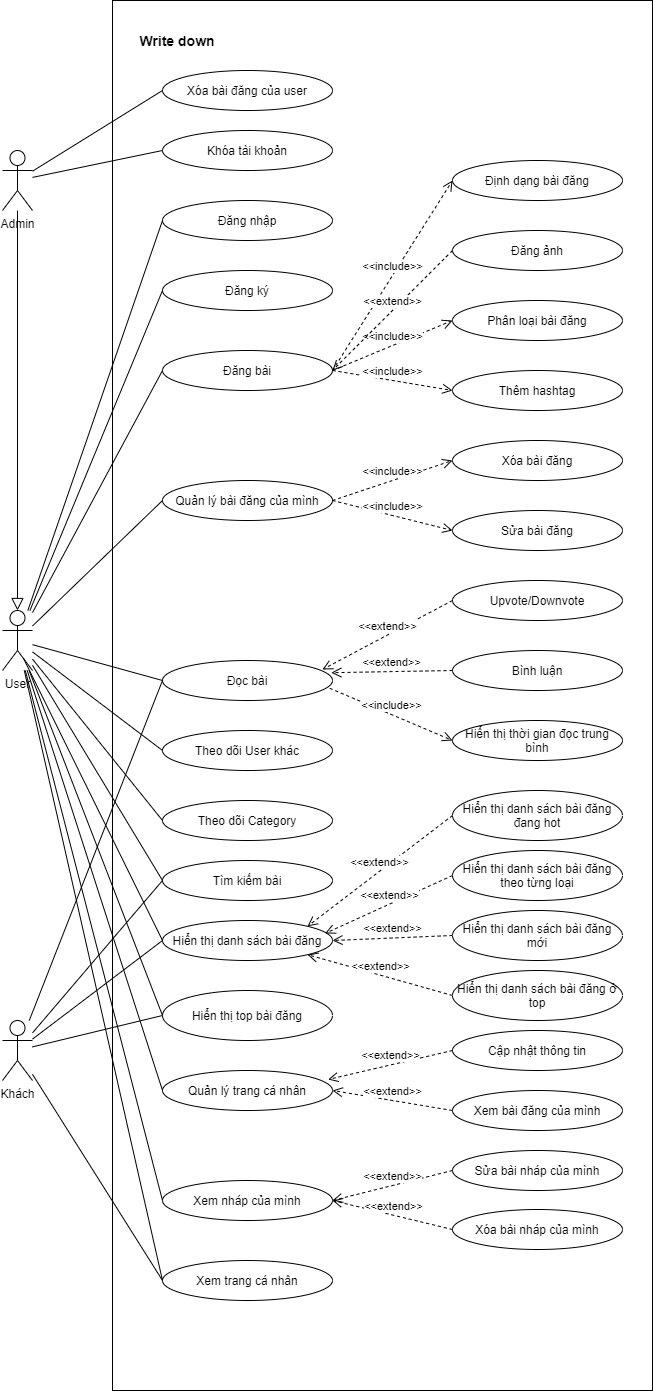
nghialuffy/write_down_project keeps this draw.io diagram as use_case/write_down.png. Above is the earlier version. Source tidied: cells renumbered, new cells last; positions are measured from the earlier drawing's top-left corner, leaving out a move shared by most shapes.
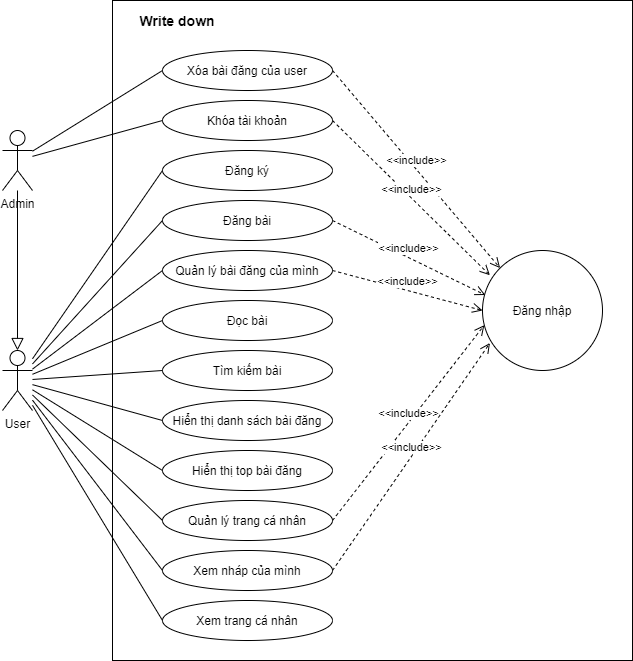
After the commit.

Commit message:
update use case

Change to the diagram source:
```diff
@@ -3,7 +3,7 @@
     <mxCell id="0" />
     <mxCell id="1" parent="0" />
     <mxCell id="2" style="rounded=0;whiteSpace=wrap;html=1;" parent="1" vertex="1">
-      <mxGeometry x="110" width="540" height="1390" as="geometry" />
+      <mxGeometry x="110" y="20" width="520" height="660" as="geometry" />
     </mxCell>
     <mxCell id="3" value="Admin" style="shape=umlActor;verticalLabelPosition=bottom;verticalAlign=top;html=1;outlineConnect=0;" parent="1" vertex="1">
       <mxGeometry y="150" width="30" height="60" as="geometry" />
@@ -12,104 +12,32 @@
       <mxGeometry x="160" y="70" width="170" height="40" as="geometry" />
     </mxCell>
     <mxCell id="5" value="Khóa tài khoản" style="ellipse;whiteSpace=wrap;html=1;" parent="1" vertex="1">
-      <mxGeometry x="160" y="130" width="170" height="40" as="geometry" />
+      <mxGeometry x="160" y="120" width="170" height="40" as="geometry" />
     </mxCell>
     <mxCell id="6" value="User" style="shape=umlActor;verticalLabelPosition=bottom;verticalAlign=top;html=1;outlineConnect=0;" parent="1" vertex="1">
-      <mxGeometry y="610" width="30" height="60" as="geometry" />
+      <mxGeometry y="370" width="30" height="60" as="geometry" />
     </mxCell>
     <mxCell id="7" value="Đăng ký" style="ellipse;whiteSpace=wrap;html=1;" parent="1" vertex="1">
-      <mxGeometry x="160" y="270" width="170" height="40" as="geometry" />
+      <mxGeometry x="160" y="170" width="170" height="40" as="geometry" />
     </mxCell>
-    <mxCell id="8" value="Đăng nhập" style="ellipse;whiteSpace=wrap;html=1;" parent="1" vertex="1">
-      <mxGeometry x="160" y="200" width="170" height="40" as="geometry" />
-    </mxCell>
     <mxCell id="9" value="Đăng bài" style="ellipse;whiteSpace=wrap;html=1;" parent="1" vertex="1">
-      <mxGeometry x="160" y="350" width="170" height="40" as="geometry" />
+      <mxGeometry x="160" y="220" width="170" height="40" as="geometry" />
     </mxCell>
-    <mxCell id="10" value="Định dạng bài đăng" style="ellipse;whiteSpace=wrap;html=1;" parent="1" vertex="1">
-      <mxGeometry x="450" y="160" width="170" height="40" as="geometry" />
-    </mxCell>
-    <mxCell id="11" value="Đăng ảnh" style="ellipse;whiteSpace=wrap;html=1;" parent="1" vertex="1">
-      <mxGeometry x="450" y="230" width="170" height="40" as="geometry" />
-    </mxCell>
-    <mxCell id="12" value="Phân loại bài đăng" style="ellipse;whiteSpace=wrap;html=1;" parent="1" vertex="1">
-      <mxGeometry x="450" y="300" width="170" height="40" as="geometry" />
-    </mxCell>
-    <mxCell id="13" value="Thêm hashtag" style="ellipse;whiteSpace=wrap;html=1;" parent="1" vertex="1">
-      <mxGeometry x="450" y="370" width="170" height="40" as="geometry" />
-    </mxCell>
-    <mxCell id="14" value="&amp;lt;&amp;lt;include&amp;gt;&amp;gt;" style="html=1;verticalAlign=bottom;endArrow=open;dashed=1;endSize=8;exitX=1;exitY=0.5;exitDx=0;exitDy=0;entryX=0;entryY=0.5;entryDx=0;entryDy=0;" parent="1" edge="1" source="9" target="10">
-      <mxGeometry relative="1" as="geometry" />
-    </mxCell>
-    <mxCell id="15" value="&amp;lt;&amp;lt;include&amp;gt;&amp;gt;" style="html=1;verticalAlign=bottom;endArrow=open;dashed=1;endSize=8;exitX=1;exitY=0.5;exitDx=0;exitDy=0;entryX=0;entryY=0.5;entryDx=0;entryDy=0;" parent="1" edge="1" source="9" target="13">
-      <mxGeometry relative="1" as="geometry" />
-    </mxCell>
-    <mxCell id="16" value="&amp;lt;&amp;lt;include&amp;gt;&amp;gt;" style="html=1;verticalAlign=bottom;endArrow=open;dashed=1;endSize=8;exitX=1;exitY=0.5;exitDx=0;exitDy=0;entryX=0;entryY=0.5;entryDx=0;entryDy=0;" parent="1" edge="1" source="9" target="12">
-      <mxGeometry relative="1" as="geometry" />
-    </mxCell>
-    <mxCell id="17" value="&amp;lt;&amp;lt;extend&amp;gt;&amp;gt;" style="html=1;verticalAlign=bottom;endArrow=open;dashed=1;endSize=8;entryX=1;entryY=0.5;entryDx=0;entryDy=0;exitX=0;exitY=0.5;exitDx=0;exitDy=0;" parent="1" edge="1" source="11" target="9">
-      <mxGeometry relative="1" as="geometry" />
-    </mxCell>
     <mxCell id="18" value="Đọc bài" style="ellipse;whiteSpace=wrap;html=1;" parent="1" vertex="1">
-      <mxGeometry x="160" y="660" width="170" height="40" as="geometry" />
+      <mxGeometry x="160" y="320" width="170" height="40" as="geometry" />
     </mxCell>
-    <mxCell id="19" value="Upvote/Downvote" style="ellipse;whiteSpace=wrap;html=1;" parent="1" vertex="1">
-      <mxGeometry x="450" y="580" width="170" height="40" as="geometry" />
-    </mxCell>
-    <mxCell id="20" value="Bình luận" style="ellipse;whiteSpace=wrap;html=1;" parent="1" vertex="1">
-      <mxGeometry x="450" y="650" width="170" height="40" as="geometry" />
-    </mxCell>
-    <mxCell id="21" value="Hiển thị thời gian đọc trung bình" style="ellipse;whiteSpace=wrap;html=1;" parent="1" vertex="1">
-      <mxGeometry x="450" y="720" width="170" height="40" as="geometry" />
-    </mxCell>
-    <mxCell id="22" value="&amp;lt;&amp;lt;extend&amp;gt;&amp;gt;" style="html=1;verticalAlign=bottom;endArrow=open;dashed=1;endSize=8;entryX=0.941;entryY=0.225;entryDx=0;entryDy=0;exitX=0;exitY=0.5;exitDx=0;exitDy=0;entryPerimeter=0;" parent="1" edge="1" source="19" target="18">
-      <mxGeometry relative="1" as="geometry" />
-    </mxCell>
-    <mxCell id="23" value="&amp;lt;&amp;lt;extend&amp;gt;&amp;gt;" style="html=1;verticalAlign=bottom;endArrow=open;dashed=1;endSize=8;entryX=0.993;entryY=0.305;entryDx=0;entryDy=0;exitX=0;exitY=0.5;exitDx=0;exitDy=0;entryPerimeter=0;" parent="1" edge="1" source="20" target="18">
-      <mxGeometry relative="1" as="geometry" />
-    </mxCell>
-    <mxCell id="24" value="&amp;lt;&amp;lt;include&amp;gt;&amp;gt;" style="html=1;verticalAlign=bottom;endArrow=open;dashed=1;endSize=8;exitX=0.984;exitY=0.695;exitDx=0;exitDy=0;entryX=0;entryY=0.5;entryDx=0;entryDy=0;exitPerimeter=0;" parent="1" edge="1" source="18" target="21">
-      <mxGeometry relative="1" as="geometry" />
-    </mxCell>
     <mxCell id="25" value="Tìm kiếm bài" style="ellipse;whiteSpace=wrap;html=1;" parent="1" vertex="1">
-      <mxGeometry x="160" y="860" width="170" height="40" as="geometry" />
+      <mxGeometry x="160" y="370" width="170" height="40" as="geometry" />
     </mxCell>
-    <mxCell id="26" value="Hiển thị danh sách bài đăng đang hot" style="ellipse;whiteSpace=wrap;html=1;" parent="1" vertex="1">
-      <mxGeometry x="450" y="790" width="170" height="50" as="geometry" />
-    </mxCell>
-    <mxCell id="27" value="&amp;lt;&amp;lt;extend&amp;gt;&amp;gt;" style="html=1;verticalAlign=bottom;endArrow=open;dashed=1;endSize=8;entryX=1;entryY=0;entryDx=0;entryDy=0;exitX=0;exitY=0.5;exitDx=0;exitDy=0;" parent="1" edge="1" source="26" target="62">
-      <mxGeometry relative="1" as="geometry" />
-    </mxCell>
     <mxCell id="28" value="Quản lý trang cá nhân" style="ellipse;whiteSpace=wrap;html=1;" parent="1" vertex="1">
-      <mxGeometry x="160" y="1070" width="170" height="40" as="geometry" />
+      <mxGeometry x="160" y="520" width="170" height="40" as="geometry" />
     </mxCell>
-    <mxCell id="29" value="Cập nhật thông tin" style="ellipse;whiteSpace=wrap;html=1;" parent="1" vertex="1">
-      <mxGeometry x="450" y="1030" width="170" height="40" as="geometry" />
-    </mxCell>
-    <mxCell id="30" value="Xem bài đăng của mình" style="ellipse;whiteSpace=wrap;html=1;" parent="1" vertex="1">
-      <mxGeometry x="450" y="1090" width="170" height="40" as="geometry" />
-    </mxCell>
     <mxCell id="31" value="Xem nháp của mình" style="ellipse;whiteSpace=wrap;html=1;" parent="1" vertex="1">
-      <mxGeometry x="160" y="1180" width="170" height="40" as="geometry" />
+      <mxGeometry x="160" y="570" width="170" height="40" as="geometry" />
     </mxCell>
-    <mxCell id="32" value="Sửa bài nháp của mình" style="ellipse;whiteSpace=wrap;html=1;" parent="1" vertex="1">
-      <mxGeometry x="450" y="1150" width="170" height="40" as="geometry" />
-    </mxCell>
-    <mxCell id="33" value="&amp;lt;&amp;lt;extend&amp;gt;&amp;gt;" style="html=1;verticalAlign=bottom;endArrow=open;dashed=1;endSize=8;entryX=0.974;entryY=0.225;entryDx=0;entryDy=0;exitX=0;exitY=0.5;exitDx=0;exitDy=0;entryPerimeter=0;" parent="1" edge="1" source="29" target="28">
-      <mxGeometry relative="1" as="geometry" />
-    </mxCell>
-    <mxCell id="34" value="&amp;lt;&amp;lt;extend&amp;gt;&amp;gt;" style="html=1;verticalAlign=bottom;endArrow=open;dashed=1;endSize=8;entryX=1;entryY=0.5;entryDx=0;entryDy=0;exitX=0;exitY=0.5;exitDx=0;exitDy=0;" parent="1" edge="1" source="30" target="28">
-      <mxGeometry relative="1" as="geometry" />
-    </mxCell>
-    <mxCell id="35" value="&amp;lt;&amp;lt;extend&amp;gt;&amp;gt;" style="html=1;verticalAlign=bottom;endArrow=open;dashed=1;endSize=8;entryX=1;entryY=0.5;entryDx=0;entryDy=0;exitX=0;exitY=0.5;exitDx=0;exitDy=0;" parent="1" edge="1" source="32" target="31">
-      <mxGeometry relative="1" as="geometry" />
-    </mxCell>
     <mxCell id="36" style="endArrow=none;html=1;entryX=0;entryY=0.5;entryDx=0;entryDy=0;" parent="1" edge="1" source="6" target="7">
       <mxGeometry relative="1" as="geometry" />
     </mxCell>
-    <mxCell id="37" style="endArrow=none;html=1;entryX=0;entryY=0.5;entryDx=0;entryDy=0;" parent="1" edge="1" source="6" target="8">
-      <mxGeometry relative="1" as="geometry" />
-    </mxCell>
     <mxCell id="38" style="endArrow=none;html=1;entryX=0;entryY=0.5;entryDx=0;entryDy=0;" parent="1" edge="1" source="6" target="9">
       <mxGeometry relative="1" as="geometry" />
     </mxCell>
@@ -126,75 +54,24 @@
       <mxGeometry x="130" y="30" width="90" height="20" as="geometry" />
     </mxCell>
     <mxCell id="43" value="Quản lý bài đăng của mình" style="ellipse;whiteSpace=wrap;html=1;" parent="1" vertex="1">
-      <mxGeometry x="160" y="480" width="170" height="40" as="geometry" />
+      <mxGeometry x="160" y="270" width="170" height="40" as="geometry" />
     </mxCell>
     <mxCell id="44" style="endArrow=none;html=1;entryX=0;entryY=0.5;entryDx=0;entryDy=0;" parent="1" edge="1" source="6" target="43">
       <mxGeometry relative="1" as="geometry" />
     </mxCell>
-    <mxCell id="45" value="Xóa bài đăng" style="ellipse;whiteSpace=wrap;html=1;" parent="1" vertex="1">
-      <mxGeometry x="450" y="440" width="170" height="40" as="geometry" />
-    </mxCell>
-    <mxCell id="46" value="Sửa bài đăng" style="ellipse;whiteSpace=wrap;html=1;" parent="1" vertex="1">
-      <mxGeometry x="450" y="510" width="170" height="40" as="geometry" />
-    </mxCell>
-    <mxCell id="47" value="&amp;lt;&amp;lt;include&amp;gt;&amp;gt;" style="html=1;verticalAlign=bottom;endArrow=open;dashed=1;endSize=8;exitX=1;exitY=0.5;exitDx=0;exitDy=0;entryX=0;entryY=0.5;entryDx=0;entryDy=0;" parent="1" edge="1" source="43" target="45">
-      <mxGeometry relative="1" as="geometry" />
-    </mxCell>
-    <mxCell id="48" value="&amp;lt;&amp;lt;include&amp;gt;&amp;gt;" style="html=1;verticalAlign=bottom;endArrow=open;dashed=1;endSize=8;exitX=1;exitY=0.5;exitDx=0;exitDy=0;entryX=0;entryY=0.5;entryDx=0;entryDy=0;" parent="1" edge="1" source="43" target="46">
-      <mxGeometry relative="1" as="geometry" />
-    </mxCell>
     <mxCell id="49" style="endArrow=none;html=1;exitX=0;exitY=0.5;exitDx=0;exitDy=0;" parent="1" edge="1" source="31" target="6">
       <mxGeometry relative="1" as="geometry" />
     </mxCell>
-    <mxCell id="50" value="Xóa bài nháp của mình" style="ellipse;whiteSpace=wrap;html=1;" parent="1" vertex="1">
-      <mxGeometry x="450" y="1209" width="170" height="40" as="geometry" />
-    </mxCell>
-    <mxCell id="51" value="&amp;lt;&amp;lt;extend&amp;gt;&amp;gt;" style="html=1;verticalAlign=bottom;endArrow=open;dashed=1;endSize=8;entryX=1;entryY=0.5;entryDx=0;entryDy=0;exitX=0;exitY=0.5;exitDx=0;exitDy=0;" parent="1" edge="1" source="50" target="31">
-      <mxGeometry relative="1" as="geometry" />
-    </mxCell>
-    <mxCell id="52" value="Khách" style="shape=umlActor;verticalLabelPosition=bottom;verticalAlign=top;html=1;outlineConnect=0;" parent="1" vertex="1">
-      <mxGeometry y="1020" width="30" height="60" as="geometry" />
-    </mxCell>
-    <mxCell id="53" style="endArrow=none;html=1;entryX=0;entryY=0.5;entryDx=0;entryDy=0;" parent="1" edge="1" source="52" target="25">
-      <mxGeometry relative="1" as="geometry" />
-    </mxCell>
-    <mxCell id="54" style="endArrow=none;html=1;entryX=0;entryY=0.5;entryDx=0;entryDy=0;" parent="1" edge="1" source="52" target="18">
-      <mxGeometry relative="1" as="geometry" />
-    </mxCell>
     <mxCell id="55" value="Xem trang cá nhân" style="ellipse;whiteSpace=wrap;html=1;" parent="1" vertex="1">
-      <mxGeometry x="160" y="1260" width="170" height="40" as="geometry" />
+      <mxGeometry x="160" y="620" width="170" height="40" as="geometry" />
     </mxCell>
-    <mxCell id="56" style="endArrow=none;html=1;entryX=0;entryY=0.5;entryDx=0;entryDy=0;" parent="1" edge="1" source="52" target="55">
-      <mxGeometry relative="1" as="geometry" />
-    </mxCell>
-    <mxCell id="57" value="Theo dõi User khác" style="ellipse;whiteSpace=wrap;html=1;" parent="1" vertex="1">
-      <mxGeometry x="160" y="730" width="170" height="40" as="geometry" />
-    </mxCell>
-    <mxCell id="58" value="Theo dõi Category" style="ellipse;whiteSpace=wrap;html=1;" parent="1" vertex="1">
-      <mxGeometry x="160" y="800" width="170" height="40" as="geometry" />
-    </mxCell>
-    <mxCell id="59" style="endArrow=none;html=1;entryX=0;entryY=0.5;entryDx=0;entryDy=0;" parent="1" edge="1" source="6" target="57">
-      <mxGeometry relative="1" as="geometry" />
-    </mxCell>
-    <mxCell id="60" style="endArrow=none;html=1;entryX=0;entryY=0.5;entryDx=0;entryDy=0;" parent="1" edge="1" source="6" target="58">
-      <mxGeometry relative="1" as="geometry" />
-    </mxCell>
     <mxCell id="61" style="endArrow=none;html=1;entryX=0;entryY=0.5;entryDx=0;entryDy=0;" parent="1" edge="1" source="6" target="55">
       <mxGeometry relative="1" as="geometry" />
     </mxCell>
     <mxCell id="62" value="Hiển thị danh sách bài đăng" style="ellipse;whiteSpace=wrap;html=1;" parent="1" vertex="1">
-      <mxGeometry x="160" y="920" width="170" height="40" as="geometry" />
+      <mxGeometry x="160" y="420" width="170" height="40" as="geometry" />
     </mxCell>
-    <mxCell id="63" value="Hiển thị danh sách bài đăng theo từng loại" style="ellipse;whiteSpace=wrap;html=1;" parent="1" vertex="1">
-      <mxGeometry x="450" y="850" width="170" height="50" as="geometry" />
-    </mxCell>
-    <mxCell id="64" value="Hiển thị danh sách bài đăng mới" style="ellipse;whiteSpace=wrap;html=1;" parent="1" vertex="1">
-      <mxGeometry x="450" y="910" width="170" height="50" as="geometry" />
-    </mxCell>
-    <mxCell id="65" style="endArrow=none;html=1;entryX=0;entryY=0.5;entryDx=0;entryDy=0;" parent="1" edge="1" source="52" target="62">
-      <mxGeometry relative="1" as="geometry" />
-    </mxCell>
-    <mxCell id="66" style="endArrow=none;html=1;exitX=0.7;exitY=0.798;exitDx=0;exitDy=0;exitPerimeter=0;entryX=0;entryY=0.5;entryDx=0;entryDy=0;" parent="1" edge="1" source="6" target="62">
+    <mxCell id="66" style="endArrow=none;html=1;entryX=0;entryY=0.5;entryDx=0;entryDy=0;" parent="1" edge="1" source="6" target="62">
       <mxGeometry relative="1" as="geometry" />
     </mxCell>
     <mxCell id="67" style="endArrow=block;html=1;endFill=0;endSize=10;" parent="1" edge="1" source="3" target="6">
@@ -206,26 +83,32 @@
     <mxCell id="69" style="endArrow=none;html=1;entryX=0;entryY=0.5;entryDx=0;entryDy=0;" parent="1" edge="1" source="3" target="5">
       <mxGeometry relative="1" as="geometry" />
     </mxCell>
-    <mxCell id="70" value="Hiển thị danh sách bài đăng ở top" style="ellipse;whiteSpace=wrap;html=1;" parent="1" vertex="1">
-      <mxGeometry x="450" y="970" width="170" height="50" as="geometry" />
-    </mxCell>
     <mxCell id="71" value="Hiển thị top bài đăng" style="ellipse;whiteSpace=wrap;html=1;" parent="1" vertex="1">
-      <mxGeometry x="160" y="990" width="170" height="50" as="geometry" />
+      <mxGeometry x="160" y="470" width="170" height="40" as="geometry" />
     </mxCell>
-    <mxCell id="72" value="&amp;lt;&amp;lt;extend&amp;gt;&amp;gt;" style="html=1;verticalAlign=bottom;endArrow=open;dashed=1;endSize=8;entryX=0.957;entryY=0.321;entryDx=0;entryDy=0;exitX=0;exitY=0.5;exitDx=0;exitDy=0;entryPerimeter=0;" parent="1" edge="1" source="63" target="62">
-      <mxGeometry relative="1" as="geometry" />
-    </mxCell>
-    <mxCell id="73" value="&amp;lt;&amp;lt;extend&amp;gt;&amp;gt;" style="html=1;verticalAlign=bottom;endArrow=open;dashed=1;endSize=8;entryX=1;entryY=0.5;entryDx=0;entryDy=0;exitX=0;exitY=0.5;exitDx=0;exitDy=0;" parent="1" edge="1" source="64" target="62">
-      <mxGeometry relative="1" as="geometry" />
-    </mxCell>
-    <mxCell id="74" value="&amp;lt;&amp;lt;extend&amp;gt;&amp;gt;" style="html=1;verticalAlign=bottom;endArrow=open;dashed=1;endSize=8;entryX=1;entryY=1;entryDx=0;entryDy=0;exitX=0;exitY=0.5;exitDx=0;exitDy=0;" parent="1" edge="1" source="70" target="62">
-      <mxGeometry relative="1" as="geometry" />
-    </mxCell>
     <mxCell id="75" style="endArrow=none;html=1;entryX=0;entryY=0.5;entryDx=0;entryDy=0;" parent="1" edge="1" source="6" target="71">
       <mxGeometry relative="1" as="geometry" />
     </mxCell>
-    <mxCell id="76" style="endArrow=none;html=1;entryX=0;entryY=0.5;entryDx=0;entryDy=0;" parent="1" edge="1" source="52" target="71">
-      <mxGeometry relative="1" as="geometry" />
-    </mxCell>
+    <mxCell id="8" value="Đăng nhập" style="ellipse;whiteSpace=wrap;html=1;" parent="1" vertex="1">
+      <mxGeometry x="480" y="270" width="120" height="120" as="geometry" />
+    </mxCell>
+    <mxCell id="77" value="&amp;lt;&amp;lt;include&amp;gt;&amp;gt;" style="html=1;verticalAlign=bottom;endArrow=open;dashed=1;endSize=8;exitX=1;exitY=0.5;exitDx=0;exitDy=0;entryX=0;entryY=0;entryDx=0;entryDy=0;" parent="1" edge="1" source="4" target="8">
+      <mxGeometry relative="1" as="geometry" />
+    </mxCell>
+    <mxCell id="78" value="&amp;lt;&amp;lt;include&amp;gt;&amp;gt;" style="html=1;verticalAlign=bottom;endArrow=open;dashed=1;endSize=8;exitX=1;exitY=0.5;exitDx=0;exitDy=0;entryX=0.062;entryY=0.206;entryDx=0;entryDy=0;entryPerimeter=0;" parent="1" edge="1" source="5" target="8">
+      <mxGeometry relative="1" as="geometry" />
+    </mxCell>
+    <mxCell id="79" value="&amp;lt;&amp;lt;include&amp;gt;&amp;gt;" style="html=1;verticalAlign=bottom;endArrow=open;dashed=1;endSize=8;exitX=1;exitY=0.5;exitDx=0;exitDy=0;entryX=0.023;entryY=0.371;entryDx=0;entryDy=0;entryPerimeter=0;" parent="1" edge="1" source="9" target="8">
+      <mxGeometry relative="1" as="geometry" />
+    </mxCell>
+    <mxCell id="80" value="&amp;lt;&amp;lt;include&amp;gt;&amp;gt;" style="html=1;verticalAlign=bottom;endArrow=open;dashed=1;endSize=8;exitX=1;exitY=0.5;exitDx=0;exitDy=0;entryX=0;entryY=0.5;entryDx=0;entryDy=0;" parent="1" edge="1" source="43" target="8">
+      <mxGeometry relative="1" as="geometry" />
+    </mxCell>
+    <mxCell id="81" value="&amp;lt;&amp;lt;include&amp;gt;&amp;gt;" style="html=1;verticalAlign=bottom;endArrow=open;dashed=1;endSize=8;exitX=1;exitY=0.5;exitDx=0;exitDy=0;entryX=0.015;entryY=0.622;entryDx=0;entryDy=0;entryPerimeter=0;" parent="1" edge="1" source="28" target="8">
+      <mxGeometry relative="1" as="geometry" />
+    </mxCell>
+    <mxCell id="82" value="&amp;lt;&amp;lt;include&amp;gt;&amp;gt;" style="html=1;verticalAlign=bottom;endArrow=open;dashed=1;endSize=8;exitX=1;exitY=0.5;exitDx=0;exitDy=0;entryX=0.062;entryY=0.771;entryDx=0;entryDy=0;entryPerimeter=0;" parent="1" edge="1" source="31" target="8">
+      <mxGeometry relative="1" as="geometry" />
+    </mxCell>
   </root>
 </mxGraphModel>
```
